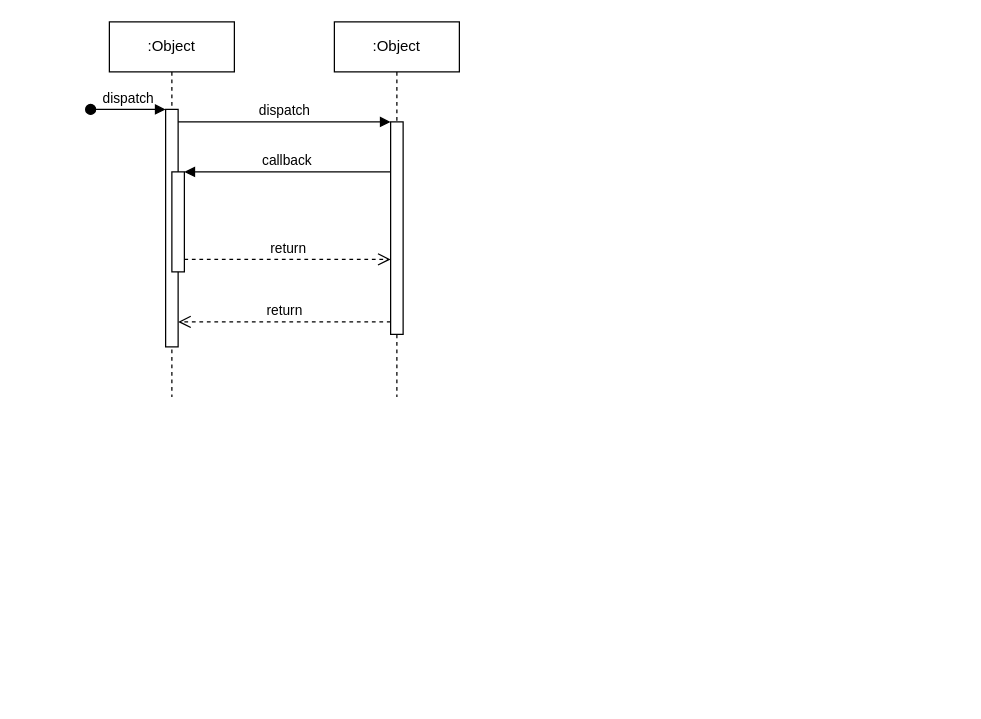
Earlier version of the draw.io diagram drawio/定存保存逻辑.drawio (happinessandlove/Pic). Source tidied: cells renumbered, new cells numbered last; positions are measured from the earlier drawing's top-left corner, leaving out a move shared by most shapes. Both pictures are drawn from the tidied source at 125%, with x=0, y=0 at pixel (90, 21).
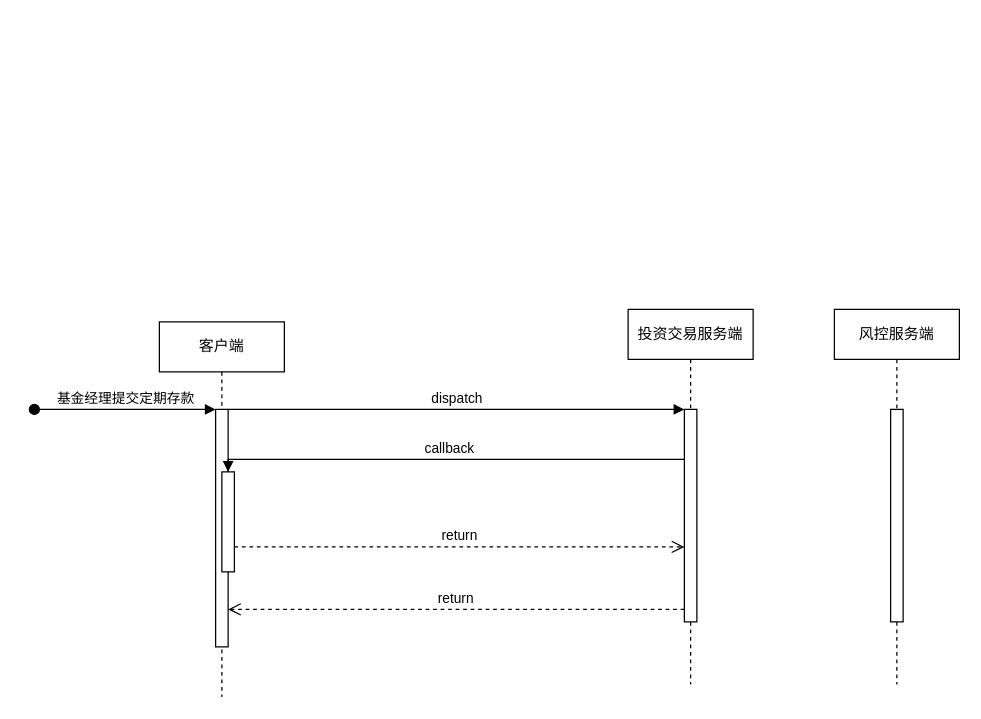
The same page after the edit.

Commit message (it also covers changes not shown here):
更新定存保存逻辑.drawio

Diff of the diagram source:
```diff
@@
 <mxGraphModel>
   <root>
     <mxCell id="0" />
     <mxCell id="1" parent="0" />
-    <mxCell id="2" value=":Object" style="shape=umlLifeline;perimeter=lifelinePerimeter;whiteSpace=wrap;html=1;newEdgeStyle={&quot;edgeStyle&quot;:&quot;elbowEdgeStyle&quot;,&quot;elbow&quot;:&quot;vertical&quot;,&quot;curved&quot;:0,&quot;rounded&quot;:0};" parent="1" vertex="1">
-      <mxGeometry x="15" width="100" height="300" as="geometry" />
+    <mxCell id="2" value="客户端" style="shape=umlLifeline;perimeter=lifelinePerimeter;whiteSpace=wrap;html=1;newEdgeStyle={&quot;edgeStyle&quot;:&quot;elbowEdgeStyle&quot;,&quot;elbow&quot;:&quot;vertical&quot;,&quot;curved&quot;:0,&quot;rounded&quot;:0};" parent="1" vertex="1">
+      <mxGeometry x="55" y="240" width="100" height="300" as="geometry" />
     </mxCell>
     <mxCell id="3" style="html=1;points=[];perimeter=orthogonalPerimeter;outlineConnect=0;targetShapes=umlLifeline;portConstraint=eastwest;newEdgeStyle={&quot;edgeStyle&quot;:&quot;elbowEdgeStyle&quot;,&quot;elbow&quot;:&quot;vertical&quot;,&quot;curved&quot;:0,&quot;rounded&quot;:0};" parent="2" vertex="1">
       <mxGeometry x="45" y="70" width="10" height="190" as="geometry" />
     </mxCell>
-    <mxCell id="4" value="dispatch" style="html=1;verticalAlign=bottom;startArrow=oval;endArrow=block;startSize=8;edgeStyle=elbowEdgeStyle;elbow=vertical;curved=0;rounded=0;" parent="2" edge="1" target="3">
+    <mxCell id="4" value="基金经理提交定期存款" style="html=1;verticalAlign=bottom;startArrow=oval;endArrow=block;startSize=8;edgeStyle=elbowEdgeStyle;elbow=vertical;curved=0;rounded=0;" parent="2" edge="1" target="3">
       <mxGeometry relative="1" as="geometry">
-        <mxPoint x="-15" y="70" as="sourcePoint" />
+        <mxPoint x="-100" y="70" as="sourcePoint" />
       </mxGeometry>
     </mxCell>
     <mxCell id="5" style="html=1;points=[];perimeter=orthogonalPerimeter;outlineConnect=0;targetShapes=umlLifeline;portConstraint=eastwest;newEdgeStyle={&quot;edgeStyle&quot;:&quot;elbowEdgeStyle&quot;,&quot;elbow&quot;:&quot;vertical&quot;,&quot;curved&quot;:0,&quot;rounded&quot;:0};" parent="2" vertex="1">
       <mxGeometry x="50" y="120" width="10" height="80" as="geometry" />
     </mxCell>
-    <mxCell id="6" value=":Object" style="shape=umlLifeline;perimeter=lifelinePerimeter;whiteSpace=wrap;html=1;newEdgeStyle={&quot;edgeStyle&quot;:&quot;elbowEdgeStyle&quot;,&quot;elbow&quot;:&quot;vertical&quot;,&quot;curved&quot;:0,&quot;rounded&quot;:0};" parent="1" vertex="1">
-      <mxGeometry x="195" width="100" height="300" as="geometry" />
+    <mxCell id="6" value="投资交易服务端" style="shape=umlLifeline;perimeter=lifelinePerimeter;whiteSpace=wrap;html=1;newEdgeStyle={&quot;edgeStyle&quot;:&quot;elbowEdgeStyle&quot;,&quot;elbow&quot;:&quot;vertical&quot;,&quot;curved&quot;:0,&quot;rounded&quot;:0};" parent="1" vertex="1">
+      <mxGeometry x="430" y="230" width="100" height="300" as="geometry" />
     </mxCell>
     <mxCell id="7" style="html=1;points=[];perimeter=orthogonalPerimeter;outlineConnect=0;targetShapes=umlLifeline;portConstraint=eastwest;newEdgeStyle={&quot;edgeStyle&quot;:&quot;elbowEdgeStyle&quot;,&quot;elbow&quot;:&quot;vertical&quot;,&quot;curved&quot;:0,&quot;rounded&quot;:0};" parent="6" vertex="1">
       <mxGeometry x="45" y="80" width="10" height="170" as="geometry" />
     </mxCell>
     <mxCell id="8" value="dispatch" style="html=1;verticalAlign=bottom;endArrow=block;edgeStyle=elbowEdgeStyle;elbow=vertical;curved=0;rounded=0;" parent="1" edge="1" source="3" target="7">
       <mxGeometry relative="1" as="geometry">
         <Array as="points">
-          <mxPoint x="155" y="80" />
+          <mxPoint x="390" y="310" />
         </Array>
       </mxGeometry>
     </mxCell>
     <mxCell id="9" value="return" style="html=1;verticalAlign=bottom;endArrow=open;dashed=1;endSize=8;edgeStyle=elbowEdgeStyle;elbow=vertical;curved=0;rounded=0;" parent="1" edge="1" source="7" target="3">
       <mxGeometry relative="1" as="geometry">
         <Array as="points">
-          <mxPoint x="165" y="240" />
+          <mxPoint x="400" y="470" />
         </Array>
       </mxGeometry>
     </mxCell>
     <mxCell id="10" value="callback" style="html=1;verticalAlign=bottom;endArrow=block;edgeStyle=elbowEdgeStyle;elbow=vertical;curved=0;rounded=0;" parent="1" edge="1" source="7" target="5">
       <mxGeometry relative="1" as="geometry">
         <Array as="points">
-          <mxPoint x="165" y="120" />
+          <mxPoint x="400" y="350" />
         </Array>
       </mxGeometry>
     </mxCell>
     <mxCell id="11" value="return" style="html=1;verticalAlign=bottom;endArrow=open;dashed=1;endSize=8;edgeStyle=elbowEdgeStyle;elbow=vertical;curved=0;rounded=0;" parent="1" edge="1" source="5" target="7">
       <mxGeometry relative="1" as="geometry">
         <Array as="points">
-          <mxPoint x="155" y="190" />
+          <mxPoint x="390" y="420" />
         </Array>
       </mxGeometry>
     </mxCell>
+    <mxCell id="12" value="风控服务端" style="shape=umlLifeline;perimeter=lifelinePerimeter;whiteSpace=wrap;html=1;newEdgeStyle={&quot;edgeStyle&quot;:&quot;elbowEdgeStyle&quot;,&quot;elbow&quot;:&quot;vertical&quot;,&quot;curved&quot;:0,&quot;rounded&quot;:0};" parent="1" vertex="1">
+      <mxGeometry x="595" y="230" width="100" height="300" as="geometry" />
+    </mxCell>
+    <mxCell id="13" style="html=1;perimeter=orthogonalPerimeter;targetShapes=umlLifeline;newEdgeStyle={&quot;edgeStyle&quot;:&quot;elbowEdgeStyle&quot;,&quot;elbow&quot;:&quot;vertical&quot;,&quot;curved&quot;:0,&quot;rounded&quot;:0};" parent="12" vertex="1">
+      <mxGeometry x="45" y="80" width="10" height="170" as="geometry" />
+    </mxCell>
   </root>
 </mxGraphModel>
```
